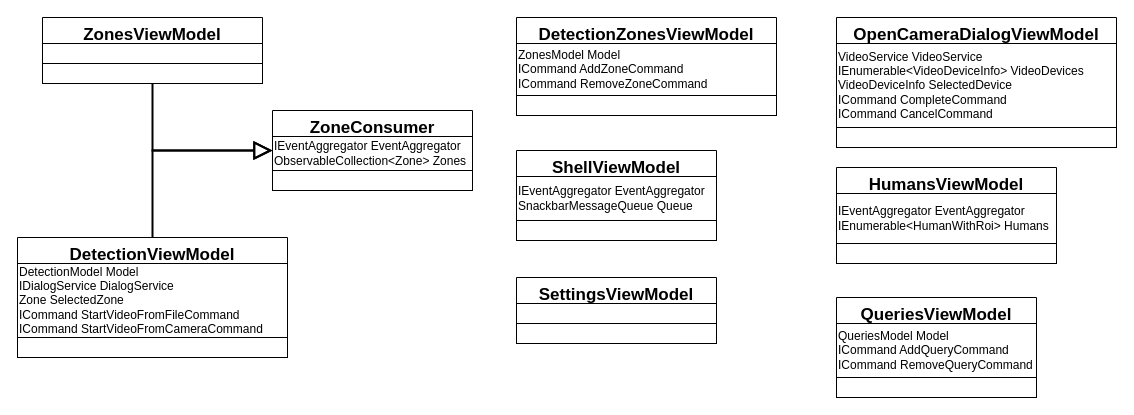
GoldGreen/Skeletonization keeps this draw.io diagram as page "ViewModels" (2 of 11) of Engineering/Packets-detailed.drawio. Above is the earlier version. Source tidied: cells renumbered, new cells numbered last; positions are measured from the earlier drawing's top-left corner, leaving out a move shared by most shapes. Both pictures are drawn from the tidied source at 100%, with x=0, y=0 at pixel (17, 17).
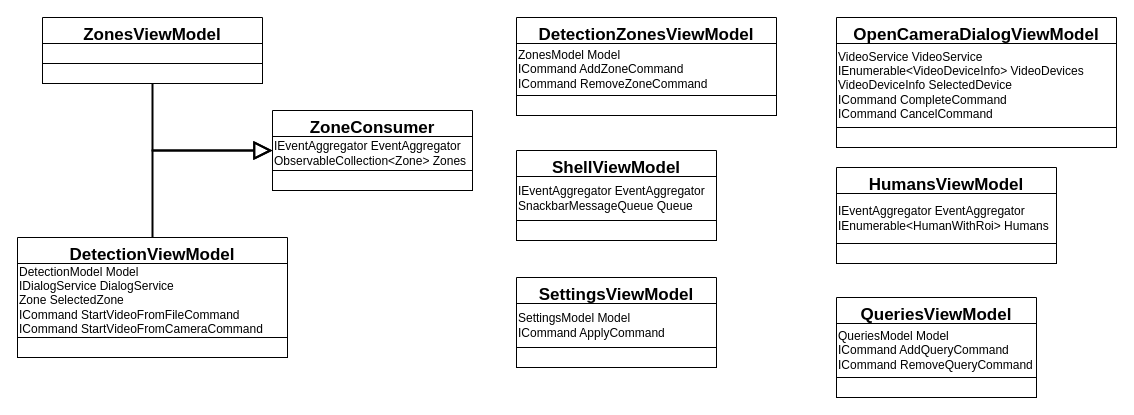
Above is the later version.

Diff of the diagram source:
```diff
@@
     <mxCell id="27" value="SettingsViewModel" style="swimlane;fontStyle=1;align=center;verticalAlign=top;horizontal=1;startSize=26;fontSize=17;" parent="1" vertex="1">
-      <mxGeometry x="499" y="260" width="200" height="66" as="geometry" />
+      <mxGeometry x="499" y="260" width="200" height="90" as="geometry" />
     </mxCell>
-    <mxCell id="28" style="rounded=0;whiteSpace=wrap;html=1;fontFamily=Helvetica;fontSize=12;fontColor=default;startSize=26;strokeColor=default;fillColor=default;align=left;" parent="27" vertex="1">
-      <mxGeometry y="26" width="200" height="20" as="geometry" />
+    <mxCell id="28" value="SettingsModel Model&lt;br&gt;ICommand ApplyCommand" style="rounded=0;whiteSpace=wrap;html=1;fontFamily=Helvetica;fontSize=12;fontColor=default;startSize=26;strokeColor=default;fillColor=default;align=left;" parent="27" vertex="1">
+      <mxGeometry y="26" width="200" height="44" as="geometry" />
     </mxCell>
     <mxCell id="29" style="rounded=0;whiteSpace=wrap;html=1;fontFamily=Helvetica;fontSize=12;fontColor=default;startSize=26;strokeColor=default;fillColor=default;align=left;" parent="27" vertex="1">
-      <mxGeometry y="46" width="200" height="20" as="geometry" />
+      <mxGeometry y="70" width="200" height="20" as="geometry" />
     </mxCell>
```
